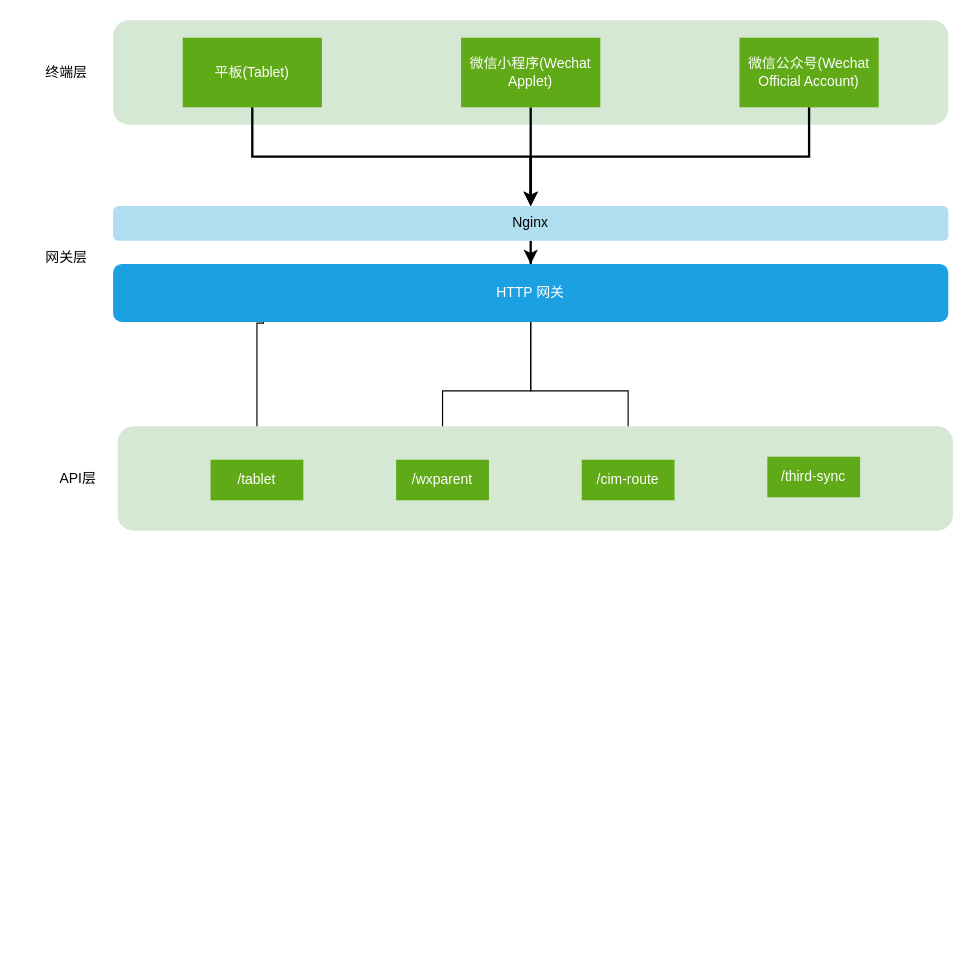
The draw.io diagram page "服务端架构" (1 of 22) of Study Center.drawio in karlchan-cn/drawio-repository, before the edit. Source tidied: cells renumbered, new cells numbered last; positions are measured from the earlier drawing's top-left corner, leaving out a move shared by most shapes. Both pictures are drawn from the tidied source at 116%, with x=0, y=0 at pixel (20, 20).
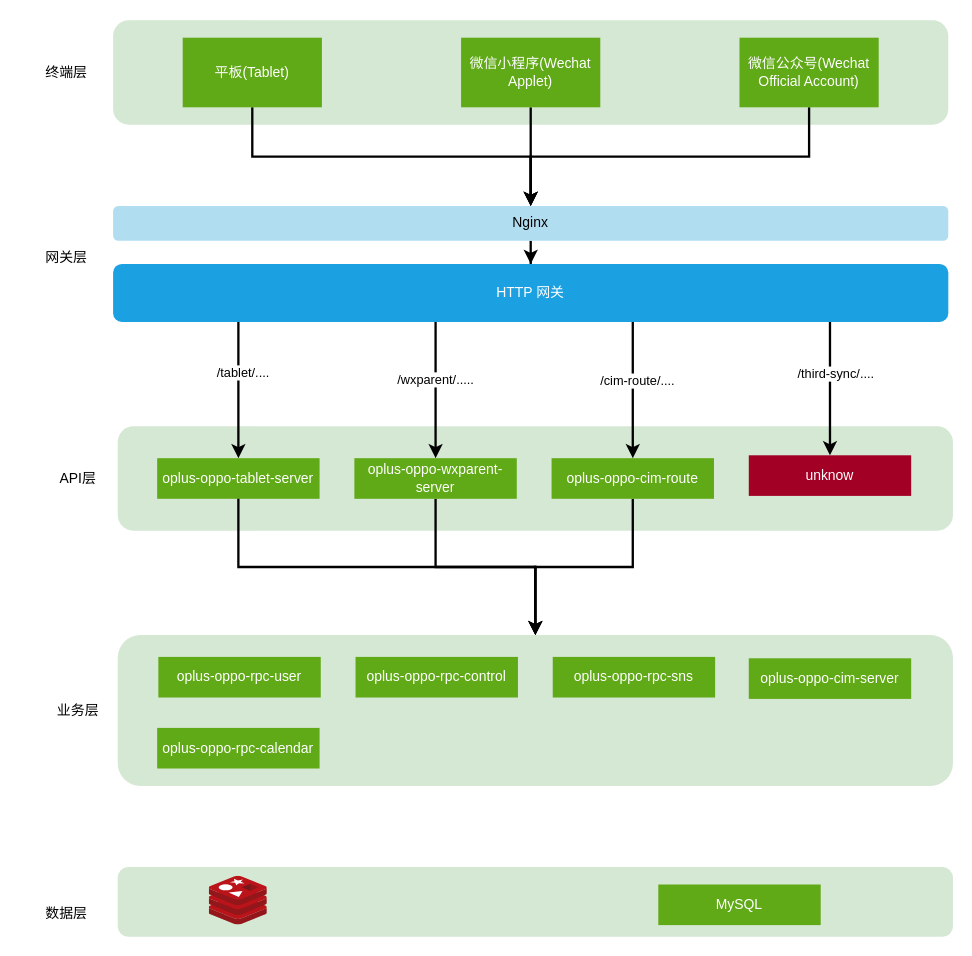
After the change.

Unchanged cells that the change refers to:
```xml
<mxCell id="14" value="HTTP 网关" style="rounded=1;whiteSpace=wrap;html=1;strokeWidth=2;fillColor=#1ba1e2;strokeColor=none;fontColor=#ffffff;" parent="1" vertex="1">
  <mxGeometry x="80" y="210" width="720" height="50" as="geometry" />
</mxCell>
```

Change to the diagram source:
```diff
@@
+    <mxCell id="16" style="rounded=1;whiteSpace=wrap;html=1;strokeWidth=2;fillColor=#d5e8d4;strokeColor=none;" parent="1" vertex="1">
+      <mxGeometry x="84" y="350" width="720" height="90" as="geometry" />
+    </mxCell>
@@
+    <mxCell id="23" value="/wxparent/....." style="edgeStyle=orthogonalEdgeStyle;rounded=0;jettySize=auto;html=1;entryX=0.5;entryY=0;entryDx=0;entryDy=0;strokeWidth=2;" parent="1" edge="1" source="14" target="30">
+      <mxGeometry x="-0.15" relative="1" as="geometry">
+        <Array as="points">
+          <mxPoint x="358" y="320" />
+          <mxPoint x="358" y="320" />
+        </Array>
+      </mxGeometry>
+    </mxCell>
-    <mxCell id="11" style="edgeStyle=orthogonalEdgeStyle;rounded=0;jettySize=auto;html=1;exitX=0.18;exitY=0.971;exitDx=0;exitDy=0;exitPerimeter=0;" parent="1" edge="1" source="14" target="17">
+    <mxCell id="11" style="edgeStyle=orthogonalEdgeStyle;rounded=0;jettySize=auto;html=1;strokeWidth=2;" parent="1" edge="1" source="14" target="17">
       <mxGeometry relative="1" as="geometry">
         <Array as="points">
-          <mxPoint x="210" y="261" />
-          <mxPoint x="204" y="261" />
+          <mxPoint x="188" y="290" />
+          <mxPoint x="188" y="290" />
         </Array>
       </mxGeometry>
     </mxCell>
-    <mxCell id="12" style="edgeStyle=orthogonalEdgeStyle;rounded=0;jettySize=auto;html=1;" parent="1" edge="1" source="14" target="20">
-      <mxGeometry relative="1" as="geometry" />
-    </mxCell>
-    <mxCell id="13" style="edgeStyle=orthogonalEdgeStyle;rounded=0;jettySize=auto;html=1;entryX=0.5;entryY=0;entryDx=0;entryDy=0;" parent="1" edge="1" source="14" target="21">
-      <mxGeometry relative="1" as="geometry" />
-    </mxCell>
+    <mxCell id="24" value="/tablet/...." style="edgeLabel;html=1;align=center;verticalAlign=middle;" parent="11" vertex="1">
+      <mxGeometry x="-0.27" y="3" relative="1" as="geometry" />
+    </mxCell>
+    <mxCell id="25" style="edgeStyle=orthogonalEdgeStyle;rounded=0;jettySize=auto;html=1;strokeWidth=2;" parent="1" edge="1" source="14" target="32">
+      <mxGeometry relative="1" as="geometry">
+        <Array as="points">
+          <mxPoint x="528" y="290" />
+          <mxPoint x="528" y="290" />
+        </Array>
+      </mxGeometry>
+    </mxCell>
+    <mxCell id="26" value="&lt;span style=&quot;font-size: 11px;&quot;&gt;/cim-route/....&lt;/span&gt;" style="edgeLabel;html=1;align=center;verticalAlign=middle;" parent="25" vertex="1">
+      <mxGeometry x="-0.15" y="3" relative="1" as="geometry" />
+    </mxCell>
+    <mxCell id="27" style="edgeStyle=orthogonalEdgeStyle;rounded=0;jettySize=auto;html=1;strokeWidth=2;" parent="1" edge="1" source="14" target="33">
+      <mxGeometry relative="1" as="geometry">
+        <Array as="points">
+          <mxPoint x="698" y="290" />
+          <mxPoint x="698" y="290" />
+        </Array>
+      </mxGeometry>
+    </mxCell>
+    <mxCell id="28" value="/third-sync/...." style="edgeLabel;html=1;align=center;verticalAlign=middle;" parent="27" vertex="1">
+      <mxGeometry x="-0.23" y="4" relative="1" as="geometry" />
+    </mxCell>
@@
-    <mxCell id="16" style="rounded=1;whiteSpace=wrap;html=1;strokeWidth=2;fillColor=#d5e8d4;strokeColor=none;" parent="1" vertex="1">
-      <mxGeometry x="84" y="350" width="720" height="90" as="geometry" />
-    </mxCell>
-    <mxCell id="17" value="/tablet" style="rounded=0;whiteSpace=wrap;html=1;strokeWidth=2;strokeColor=none;fillColor=#60a917;fontColor=#ffffff;" parent="1" vertex="1">
-      <mxGeometry x="164" y="378.8" width="80" height="35" as="geometry" />
+    <mxCell id="17" value="oplus-oppo-tablet-server" style="rounded=0;whiteSpace=wrap;html=1;strokeWidth=2;strokeColor=none;fillColor=#60a917;fontColor=#ffffff;" parent="1" vertex="1">
+      <mxGeometry x="118" y="377.5" width="140" height="35" as="geometry" />
     </mxCell>
@@
-    <mxCell id="20" value="/wxparent" style="rounded=0;whiteSpace=wrap;html=1;strokeWidth=2;strokeColor=none;fillColor=#60a917;fontColor=#ffffff;" parent="1" vertex="1">
-      <mxGeometry x="324" y="378.8" width="80" height="35" as="geometry" />
-    </mxCell>
-    <mxCell id="21" value="/cim-route" style="rounded=0;whiteSpace=wrap;html=1;strokeWidth=2;strokeColor=none;fillColor=#60a917;fontColor=#ffffff;" parent="1" vertex="1">
-      <mxGeometry x="484" y="378.8" width="80" height="35" as="geometry" />
-    </mxCell>
-    <mxCell id="22" value="/third-sync" style="rounded=0;whiteSpace=wrap;html=1;strokeWidth=2;strokeColor=none;fillColor=#60a917;fontColor=#ffffff;" parent="1" vertex="1">
-      <mxGeometry x="644" y="376.2" width="80" height="35" as="geometry" />
-    </mxCell>
+    <mxCell id="29" style="edgeStyle=orthogonalEdgeStyle;rounded=0;jettySize=auto;html=1;entryX=0.5;entryY=0;entryDx=0;entryDy=0;strokeWidth=2;" parent="1" edge="1" source="30" target="34">
+      <mxGeometry relative="1" as="geometry" />
+    </mxCell>
+    <mxCell id="30" value="oplus-oppo-wxparent-server" style="rounded=0;whiteSpace=wrap;html=1;strokeWidth=2;strokeColor=none;fillColor=#60a917;fontColor=#ffffff;" parent="1" vertex="1">
+      <mxGeometry x="288" y="377.5" width="140" height="35" as="geometry" />
+    </mxCell>
+    <mxCell id="31" style="edgeStyle=orthogonalEdgeStyle;rounded=0;jettySize=auto;html=1;entryX=0.5;entryY=0;entryDx=0;entryDy=0;strokeWidth=2;" parent="1" edge="1" source="32" target="34">
+      <mxGeometry relative="1" as="geometry" />
+    </mxCell>
+    <mxCell id="32" value="oplus-oppo-cim-route" style="rounded=0;whiteSpace=wrap;html=1;strokeWidth=2;strokeColor=none;fillColor=#60a917;fontColor=#ffffff;" parent="1" vertex="1">
+      <mxGeometry x="458" y="377.5" width="140" height="35" as="geometry" />
+    </mxCell>
+    <mxCell id="33" value="unknow" style="rounded=0;whiteSpace=wrap;html=1;strokeWidth=2;strokeColor=none;fillColor=#a20025;fontColor=#ffffff;" parent="1" vertex="1">
+      <mxGeometry x="628" y="375" width="140" height="35" as="geometry" />
+    </mxCell>
+    <mxCell id="34" style="rounded=1;whiteSpace=wrap;html=1;strokeWidth=2;fillColor=#d5e8d4;strokeColor=none;" parent="1" vertex="1">
+      <mxGeometry x="84" y="530" width="720" height="130" as="geometry" />
+    </mxCell>
+    <mxCell id="35" value="业务层" style="text;html=1;align=center;verticalAlign=middle;whiteSpace=wrap;rounded=0;" parent="1" vertex="1">
+      <mxGeometry x="20" y="580" width="60" height="30" as="geometry" />
+    </mxCell>
+    <mxCell id="36" value="oplus-oppo-rpc-user" style="rounded=0;whiteSpace=wrap;html=1;strokeWidth=2;strokeColor=none;fillColor=#60a917;fontColor=#ffffff;" parent="1" vertex="1">
+      <mxGeometry x="119" y="548.8" width="140" height="35" as="geometry" />
+    </mxCell>
+    <mxCell id="37" value="oplus-oppo-rpc-control" style="rounded=0;whiteSpace=wrap;html=1;strokeWidth=2;strokeColor=none;fillColor=#60a917;fontColor=#ffffff;" parent="1" vertex="1">
+      <mxGeometry x="289" y="548.8" width="140" height="35" as="geometry" />
+    </mxCell>
+    <mxCell id="38" value="oplus-oppo-rpc-sns" style="rounded=0;whiteSpace=wrap;html=1;strokeWidth=2;strokeColor=none;fillColor=#60a917;fontColor=#ffffff;" parent="1" vertex="1">
+      <mxGeometry x="459" y="548.8" width="140" height="35" as="geometry" />
+    </mxCell>
+    <mxCell id="39" value="oplus-oppo-cim-server" style="rounded=0;whiteSpace=wrap;html=1;strokeWidth=2;strokeColor=none;fillColor=#60a917;fontColor=#ffffff;" parent="1" vertex="1">
+      <mxGeometry x="628" y="550" width="140" height="35" as="geometry" />
+    </mxCell>
+    <mxCell id="40" value="oplus-oppo-rpc-calendar" style="rounded=0;whiteSpace=wrap;html=1;strokeWidth=2;strokeColor=none;fillColor=#60a917;fontColor=#ffffff;" parent="1" vertex="1">
+      <mxGeometry x="118" y="610" width="140" height="35" as="geometry" />
+    </mxCell>
+    <mxCell id="41" style="edgeStyle=orthogonalEdgeStyle;rounded=0;jettySize=auto;html=1;entryX=0.5;entryY=0;entryDx=0;entryDy=0;strokeWidth=2;" parent="1" edge="1" source="17" target="34">
+      <mxGeometry relative="1" as="geometry" />
+    </mxCell>
+    <mxCell id="42" style="rounded=1;whiteSpace=wrap;html=1;strokeWidth=2;fillColor=#d5e8d4;strokeColor=none;" parent="1" vertex="1">
+      <mxGeometry x="84" y="730" width="720" height="60" as="geometry" />
+    </mxCell>
+    <mxCell id="43" value="数据层" style="text;html=1;align=center;verticalAlign=middle;whiteSpace=wrap;rounded=0;" parent="1" vertex="1">
+      <mxGeometry x="10" y="755" width="60" height="30" as="geometry" />
+    </mxCell>
+    <mxCell id="44" value="MySQL" style="rounded=0;whiteSpace=wrap;html=1;strokeWidth=2;strokeColor=none;fillColor=#60a917;fontColor=#ffffff;" parent="1" vertex="1">
+      <mxGeometry x="550" y="745" width="140" height="35" as="geometry" />
+    </mxCell>
+    <mxCell id="45" style="image;sketch=0;html=1;align=center;fontSize=12;image=img/lib/mscae/Cache_Redis_Product.svg;" parent="1" vertex="1">
+      <mxGeometry x="163" y="738" width="50" height="42" as="geometry" />
+    </mxCell>
```
